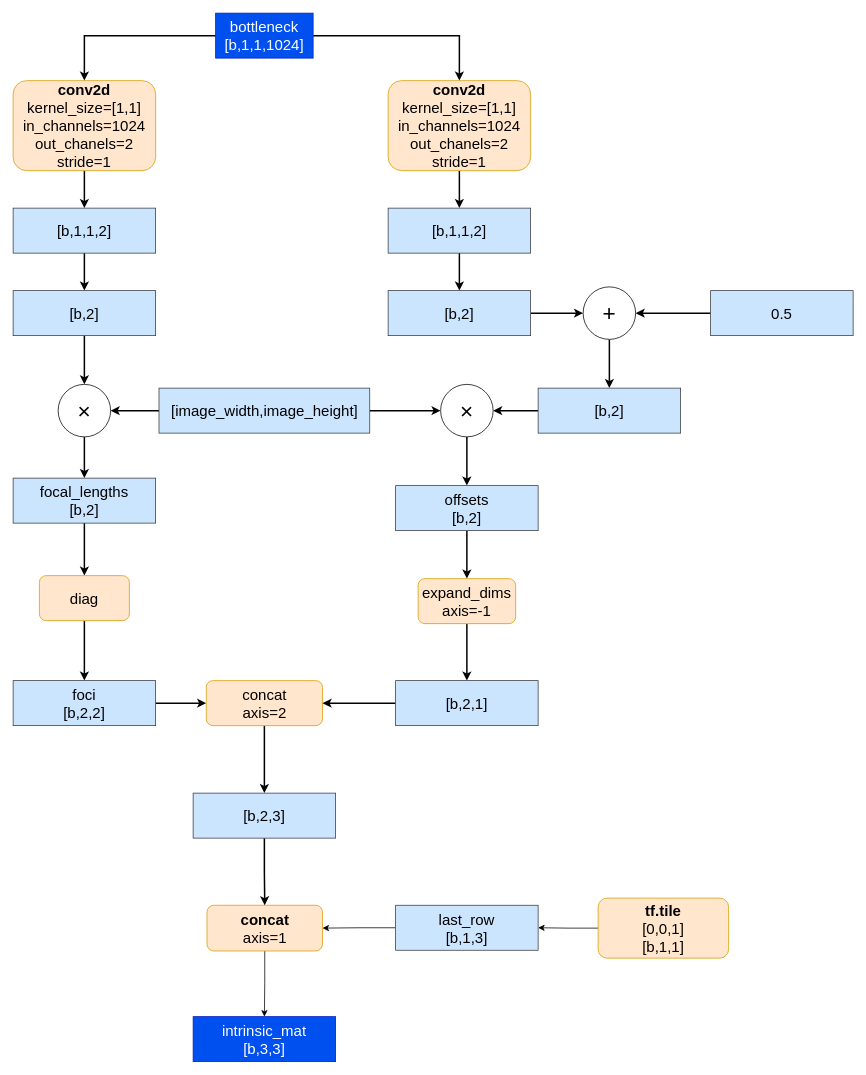
jiafeng5513/EvisionNet keeps this draw.io diagram as page "IntrinsicsModule" (3 of 6) of doc/figs/EvisionNet.drawio. Above is the earlier version. Source tidied: cells renumbered, new cells numbered last; positions are measured from the earlier drawing's top-left corner, leaving out a move shared by most shapes. Both pictures are drawn from the tidied source at 75%, with x=0, y=0 at pixel (13, 13).
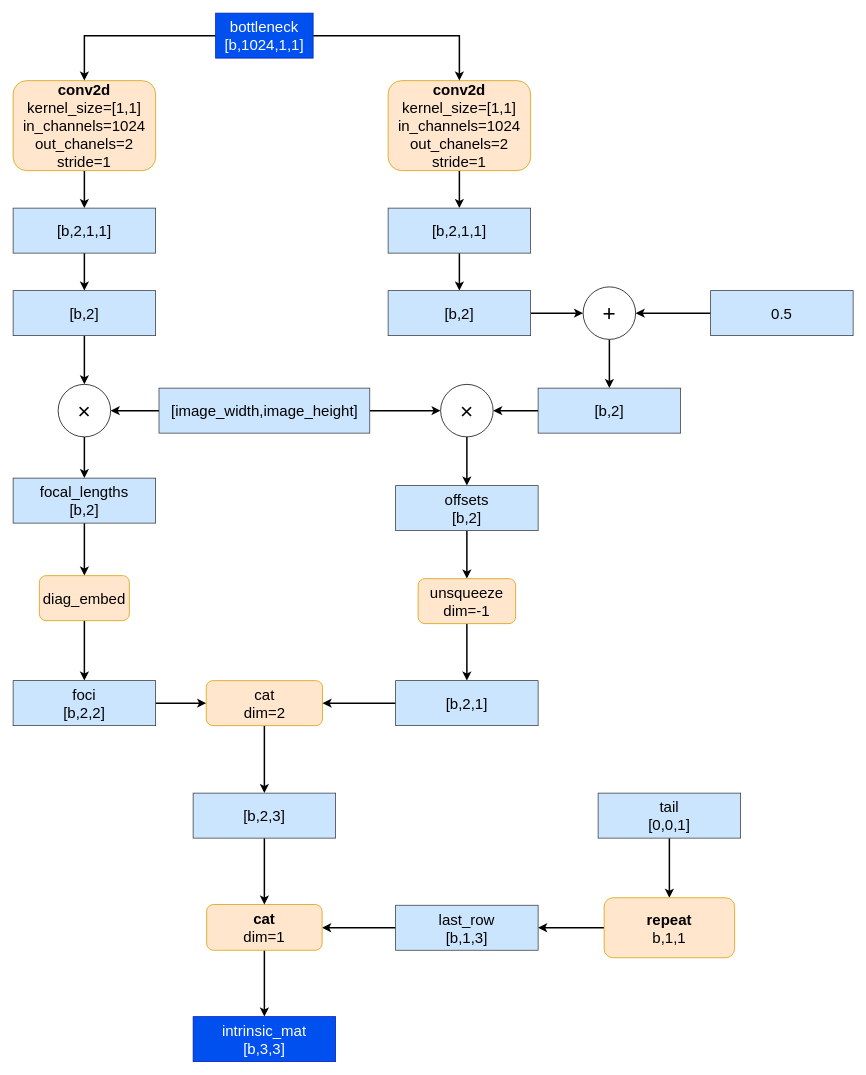
Above is the later version.

Unchanged cells that the change refers to:
```xml
<mxCell id="11" value="&lt;span style=&quot;font-size: 20px&quot;&gt;last_row&lt;br&gt;[b,1,3]&lt;br&gt;&lt;/span&gt;" style="rounded=0;whiteSpace=wrap;html=1;fillColor=#cce5ff;strokeColor=#36393d;" parent="1" vertex="1">
  <mxGeometry x="510" y="1189.5" width="190" height="60" as="geometry" />
</mxCell>
<mxCell id="16" value="&lt;span style=&quot;font-size: 20px&quot;&gt;intrinsic_mat&lt;br&gt;[b,3,3]&lt;br&gt;&lt;/span&gt;" style="rounded=0;whiteSpace=wrap;html=1;fillColor=#0050ef;strokeColor=#001DBC;fontColor=#ffffff;" parent="1" vertex="1">
  <mxGeometry x="240" y="1338" width="190" height="60" as="geometry" />
</mxCell>
```

What changed in the source:
```diff
@@
-    <mxCell id="10" style="edgeStyle=orthogonalEdgeStyle;rounded=0;jettySize=auto;html=1;" parent="1" edge="1" source="11" target="15">
-      <mxGeometry relative="1" as="geometry" />
+    <mxCell id="10" style="edgeStyle=orthogonalEdgeStyle;rounded=0;jettySize=auto;html=1;strokeWidth=2;" parent="1" edge="1" source="11" target="15">
+      <mxGeometry relative="1" as="geometry">
+        <Array as="points">
+          <mxPoint x="480" y="1220" />
+          <mxPoint x="480" y="1220" />
+        </Array>
+      </mxGeometry>
     </mxCell>
@@
-    <mxCell id="12" style="edgeStyle=orthogonalEdgeStyle;rounded=0;jettySize=auto;html=1;" parent="1" edge="1" source="13" target="11">
-      <mxGeometry relative="1" as="geometry" />
-    </mxCell>
-    <mxCell id="13" value="&lt;font style=&quot;font-size: 20px&quot;&gt;&lt;b&gt;tf.tile&lt;br&gt;&lt;/b&gt;[0,0,1]&lt;br&gt;[b,1,1]&lt;br&gt;&lt;/font&gt;" style="rounded=1;whiteSpace=wrap;html=1;fillColor=#ffe6cc;strokeColor=#d79b00;" parent="1" vertex="1">
-      <mxGeometry x="780" y="1180" width="174" height="80" as="geometry" />
-    </mxCell>
-    <mxCell id="14" style="edgeStyle=orthogonalEdgeStyle;rounded=0;jettySize=auto;html=1;" parent="1" edge="1" source="15" target="16">
+    <mxCell id="14" style="edgeStyle=orthogonalEdgeStyle;rounded=0;jettySize=auto;html=1;strokeWidth=2;" parent="1" edge="1" source="15" target="16">
       <mxGeometry relative="1" as="geometry" />
     </mxCell>
-    <mxCell id="15" value="&lt;font style=&quot;font-size: 20px&quot;&gt;&lt;b&gt;concat&lt;br&gt;&lt;/b&gt;axis=1&lt;br&gt;&lt;/font&gt;" style="rounded=1;whiteSpace=wrap;html=1;fillColor=#ffe6cc;strokeColor=#d79b00;" parent="1" vertex="1">
-      <mxGeometry x="258.5" y="1189.5" width="154" height="61" as="geometry" />
+    <mxCell id="15" value="&lt;font style=&quot;font-size: 20px&quot;&gt;&lt;b&gt;cat&lt;br&gt;&lt;/b&gt;dim=1&lt;br&gt;&lt;/font&gt;" style="rounded=1;whiteSpace=wrap;html=1;fillColor=#ffe6cc;strokeColor=#d79b00;" parent="1" vertex="1">
+      <mxGeometry x="258" y="1188.5" width="154" height="61" as="geometry" />
     </mxCell>
@@
-    <mxCell id="19" value="&lt;span style=&quot;font-size: 20px&quot;&gt;bottleneck&lt;br&gt;[b,1,1,1024]&lt;br&gt;&lt;/span&gt;" style="rounded=0;whiteSpace=wrap;html=1;fillColor=#0050ef;strokeColor=#001DBC;fontColor=#ffffff;" parent="1" vertex="1">
+    <mxCell id="19" value="&lt;span style=&quot;font-size: 20px&quot;&gt;bottleneck&lt;br&gt;[b,1024,1,1]&lt;br&gt;&lt;/span&gt;" style="rounded=0;whiteSpace=wrap;html=1;fillColor=#0050ef;strokeColor=#001DBC;fontColor=#ffffff;" parent="1" vertex="1">
       <mxGeometry x="270" width="130" height="60" as="geometry" />
     </mxCell>
@@
-    <mxCell id="21" value="&lt;span style=&quot;font-size: 20px&quot;&gt;[b,1,1,2]&lt;/span&gt;" style="rounded=0;whiteSpace=wrap;html=1;fillColor=#cce5ff;strokeColor=#36393d;" parent="1" vertex="1">
+    <mxCell id="21" value="&lt;span style=&quot;font-size: 20px&quot;&gt;[b,2,1,1]&lt;/span&gt;" style="rounded=0;whiteSpace=wrap;html=1;fillColor=#cce5ff;strokeColor=#36393d;" parent="1" vertex="1">
       <mxGeometry y="260" width="190" height="60" as="geometry" />
     </mxCell>
@@
-    <mxCell id="29" value="&lt;span style=&quot;font-size: 20px&quot;&gt;[b,1,1,2]&lt;/span&gt;" style="rounded=0;whiteSpace=wrap;html=1;fillColor=#cce5ff;strokeColor=#36393d;" parent="1" vertex="1">
+    <mxCell id="29" value="&lt;span style=&quot;font-size: 20px&quot;&gt;[b,2,1,1]&lt;/span&gt;" style="rounded=0;whiteSpace=wrap;html=1;fillColor=#cce5ff;strokeColor=#36393d;" parent="1" vertex="1">
       <mxGeometry x="500" y="260" width="190" height="60" as="geometry" />
     </mxCell>
@@
-    <mxCell id="42" value="&lt;font style=&quot;font-size: 20px&quot;&gt;diag&lt;/font&gt;" style="rounded=1;whiteSpace=wrap;html=1;fillColor=#ffe6cc;strokeColor=#d79b00;" parent="1" vertex="1">
+    <mxCell id="42" value="&lt;font style=&quot;font-size: 20px&quot;&gt;diag_embed&lt;/font&gt;" style="rounded=1;whiteSpace=wrap;html=1;fillColor=#ffe6cc;strokeColor=#d79b00;" parent="1" vertex="1">
       <mxGeometry x="35" y="750" width="120" height="60" as="geometry" />
     </mxCell>
@@
-    <mxCell id="46" value="&lt;span style=&quot;font-size: 20px&quot;&gt;expand_dims&lt;br&gt;axis=-1&lt;br&gt;&lt;/span&gt;" style="rounded=1;whiteSpace=wrap;html=1;fillColor=#ffe6cc;strokeColor=#d79b00;" parent="1" vertex="1">
+    <mxCell id="46" value="&lt;span style=&quot;font-size: 20px&quot;&gt;unsqueeze&lt;br&gt;dim=-1&lt;br&gt;&lt;/span&gt;" style="rounded=1;whiteSpace=wrap;html=1;fillColor=#ffe6cc;strokeColor=#d79b00;" parent="1" vertex="1">
       <mxGeometry x="540" y="754" width="130" height="60" as="geometry" />
     </mxCell>
@@
-    <mxCell id="48" value="&lt;span style=&quot;font-size: 20px&quot;&gt;concat&lt;br&gt;axis=2&lt;br&gt;&lt;/span&gt;" style="rounded=1;whiteSpace=wrap;html=1;fillColor=#ffe6cc;strokeColor=#d79b00;" parent="1" vertex="1">
+    <mxCell id="48" value="&lt;span style=&quot;font-size: 20px&quot;&gt;cat&lt;br&gt;dim=2&lt;br&gt;&lt;/span&gt;" style="rounded=1;whiteSpace=wrap;html=1;fillColor=#ffe6cc;strokeColor=#d79b00;" parent="1" vertex="1">
       <mxGeometry x="257.5" y="890" width="155" height="60" as="geometry" />
     </mxCell>
@@
+    <mxCell id="53" style="edgeStyle=orthogonalEdgeStyle;rounded=0;jettySize=auto;html=1;strokeWidth=2;" parent="1" edge="1" source="54" target="56">
+      <mxGeometry relative="1" as="geometry" />
+    </mxCell>
+    <mxCell id="54" value="&lt;span style=&quot;font-size: 20px&quot;&gt;tail&lt;br&gt;[0,0,1]&lt;/span&gt;" style="rounded=0;whiteSpace=wrap;html=1;fillColor=#cce5ff;strokeColor=#36393d;" parent="1" vertex="1">
+      <mxGeometry x="780" y="1040" width="190" height="60" as="geometry" />
+    </mxCell>
+    <mxCell id="55" style="edgeStyle=orthogonalEdgeStyle;rounded=0;jettySize=auto;html=1;strokeWidth=2;" parent="1" edge="1" source="56" target="11">
+      <mxGeometry relative="1" as="geometry" />
+    </mxCell>
+    <mxCell id="56" value="&lt;font style=&quot;font-size: 20px&quot;&gt;&lt;b&gt;repeat&lt;br&gt;&lt;/b&gt;b,1,1&lt;br&gt;&lt;/font&gt;" style="rounded=1;whiteSpace=wrap;html=1;fillColor=#ffe6cc;strokeColor=#d79b00;" parent="1" vertex="1">
+      <mxGeometry x="788" y="1179.5" width="174" height="80" as="geometry" />
+    </mxCell>
```
